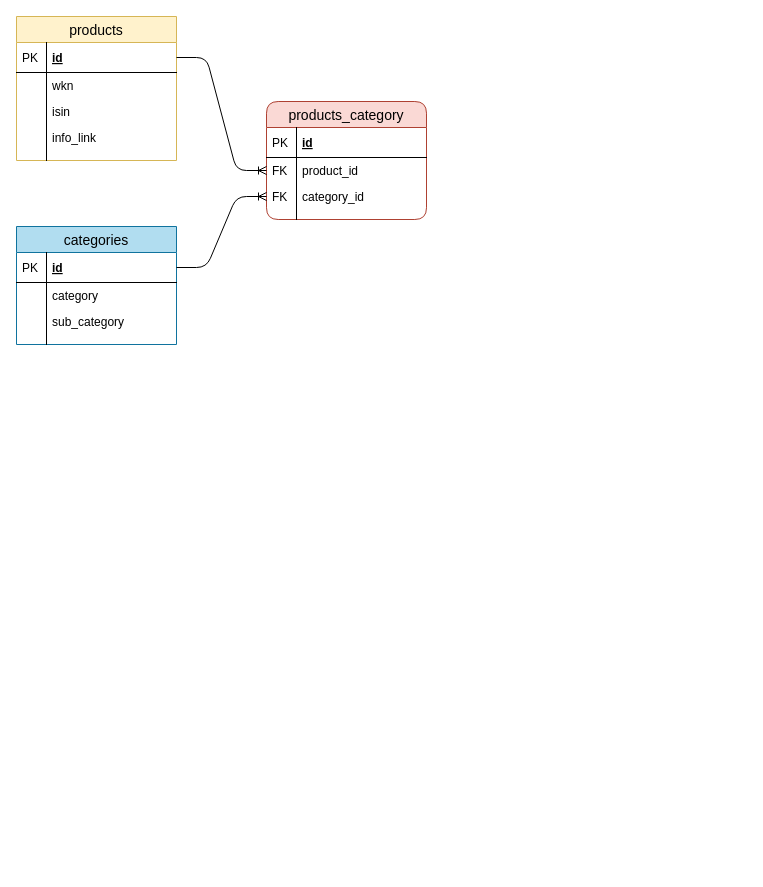
Above: database/investment/design/relationships.drawio in l07p/pi_server (draw.io), before the change. Source tidied: cells renumbered, new cells numbered last; positions are measured from the earlier drawing's top-left corner, leaving out a move shared by most shapes. Both pictures are drawn from the tidied source at 100%, with x=0, y=0 at pixel (16, 16).
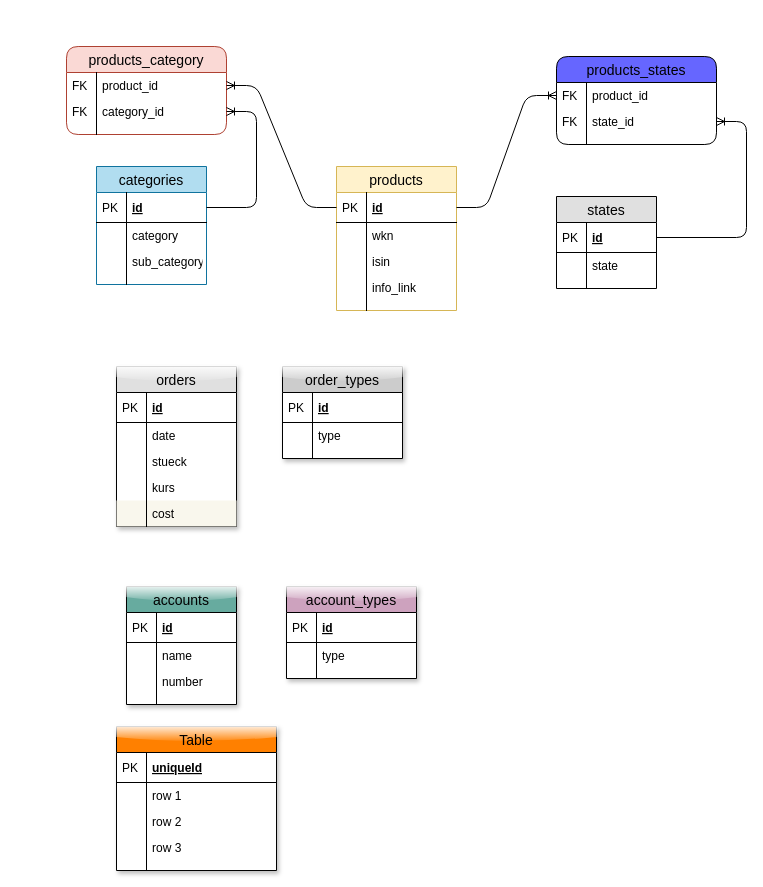
The same diagram, later.

Commit message:
see entity relation

Change to the diagram source:
```diff
@@
     <mxCell id="2" value="products" style="swimlane;fontStyle=0;horizontal=1;startSize=26;align=center;fontSize=14;fillColor=#fff2cc;strokeColor=#d6b656;" parent="1" vertex="1">
-      <mxGeometry width="160" height="144" as="geometry" />
+      <mxGeometry x="320" y="150" width="120" height="144" as="geometry" />
     </mxCell>
     <mxCell id="3" value="id" style="shape=partialRectangle;top=0;left=0;right=0;bottom=1;align=left;verticalAlign=middle;fillColor=none;spacingLeft=34;spacingRight=4;overflow=hidden;points=[[0,0.5],[1,0.5]];portConstraint=eastwest;fontStyle=5;fontSize=12;" parent="2" vertex="1">
-      <mxGeometry y="26" width="160" height="30" as="geometry" />
+      <mxGeometry y="26" width="120" height="30" as="geometry" />
     </mxCell>
@@
     <mxCell id="5" value="wkn" style="shape=partialRectangle;top=0;left=0;right=0;bottom=0;align=left;verticalAlign=top;fillColor=none;spacingLeft=34;spacingRight=4;overflow=hidden;fontSize=12;" parent="2" vertex="1">
-      <mxGeometry y="56" width="160" height="26" as="geometry" />
+      <mxGeometry y="56" width="120" height="26" as="geometry" />
     </mxCell>
@@
     <mxCell id="7" value="isin" style="shape=partialRectangle;top=0;left=0;right=0;bottom=0;align=left;verticalAlign=top;fillColor=none;spacingLeft=34;spacingRight=4;overflow=hidden;fontSize=12;" parent="2" vertex="1">
-      <mxGeometry y="82" width="160" height="26" as="geometry" />
+      <mxGeometry y="82" width="120" height="26" as="geometry" />
     </mxCell>
@@
     <mxCell id="9" value="info_link" style="shape=partialRectangle;top=0;left=0;right=0;bottom=0;align=left;verticalAlign=top;fillColor=none;spacingLeft=34;spacingRight=4;overflow=hidden;fontSize=12;" parent="2" vertex="1">
-      <mxGeometry y="108" width="160" height="26" as="geometry" />
+      <mxGeometry y="108" width="120" height="26" as="geometry" />
     </mxCell>
@@
     <mxCell id="11" style="shape=partialRectangle;top=0;left=0;right=0;bottom=0;align=left;verticalAlign=top;fillColor=none;spacingLeft=34;spacingRight=4;overflow=hidden;fontSize=12;" parent="2" vertex="1">
-      <mxGeometry y="134" width="160" height="10" as="geometry" />
+      <mxGeometry y="134" width="120" height="10" as="geometry" />
     </mxCell>
@@
     <mxCell id="13" value="categories" style="swimlane;fontStyle=0;horizontal=1;startSize=26;fillColor=#b1ddf0;swimlaneFillColor=#ffffff;align=center;fontSize=14;strokeColor=#10739e;" parent="1" vertex="1">
-      <mxGeometry y="210" width="160" height="118" as="geometry" />
+      <mxGeometry x="80" y="150" width="110" height="118" as="geometry" />
     </mxCell>
     <mxCell id="14" value="id" style="shape=partialRectangle;top=0;left=0;right=0;bottom=1;align=left;verticalAlign=middle;fillColor=none;spacingLeft=34;spacingRight=4;overflow=hidden;points=[[0,0.5],[1,0.5]];portConstraint=eastwest;fontStyle=5;fontSize=12;" parent="13" vertex="1">
-      <mxGeometry y="26" width="160" height="30" as="geometry" />
+      <mxGeometry y="26" width="110" height="30" as="geometry" />
     </mxCell>
@@
     <mxCell id="16" value="category" style="shape=partialRectangle;top=0;left=0;right=0;bottom=0;align=left;verticalAlign=top;fillColor=none;spacingLeft=34;spacingRight=4;overflow=hidden;fontSize=12;" parent="13" vertex="1">
-      <mxGeometry y="56" width="160" height="26" as="geometry" />
+      <mxGeometry y="56" width="110" height="26" as="geometry" />
     </mxCell>
@@
     <mxCell id="18" value="sub_category" style="shape=partialRectangle;top=0;left=0;right=0;bottom=0;align=left;verticalAlign=top;fillColor=none;spacingLeft=34;spacingRight=4;overflow=hidden;fontSize=12;" parent="13" vertex="1">
-      <mxGeometry y="82" width="160" height="26" as="geometry" />
+      <mxGeometry y="82" width="110" height="26" as="geometry" />
     </mxCell>
@@
     <mxCell id="20" style="shape=partialRectangle;top=0;left=0;right=0;bottom=0;align=left;verticalAlign=top;fillColor=none;spacingLeft=34;spacingRight=4;overflow=hidden;fontSize=12;" parent="13" vertex="1">
-      <mxGeometry y="108" width="160" height="10" as="geometry" />
+      <mxGeometry y="108" width="110" height="10" as="geometry" />
     </mxCell>
@@
     <mxCell id="22" value="products_category" style="swimlane;fontStyle=0;horizontal=1;startSize=26;fillColor=#fad9d5;swimlaneFillColor=#ffffff;align=center;fontSize=14;rounded=1;comic=0;strokeColor=#ae4132;" parent="1" vertex="1">
-      <mxGeometry x="250" y="85" width="160" height="118" as="geometry" />
+      <mxGeometry x="50" y="30" width="160" height="88" as="geometry" />
     </mxCell>
-    <mxCell id="23" value="id" style="shape=partialRectangle;top=0;left=0;right=0;bottom=1;align=left;verticalAlign=middle;fillColor=none;spacingLeft=34;spacingRight=4;overflow=hidden;fontStyle=5;fontSize=12;" parent="22" vertex="1">
-      <mxGeometry y="26" width="160" height="30" as="geometry" />
-    </mxCell>
-    <mxCell id="24" value="PK" style="shape=partialRectangle;top=0;left=0;bottom=0;fillColor=none;align=left;verticalAlign=middle;spacingLeft=4;spacingRight=4;overflow=hidden;fontSize=12;" parent="23" vertex="1">
-      <mxGeometry width="30" height="30" as="geometry" />
-    </mxCell>
     <mxCell id="25" value="product_id" style="shape=partialRectangle;top=0;left=0;right=0;bottom=0;align=left;verticalAlign=top;fillColor=none;spacingLeft=34;spacingRight=4;overflow=hidden;points=[[0,0.5],[1,0.5]];portConstraint=eastwest;fontSize=12;" parent="22" vertex="1">
-      <mxGeometry y="56" width="160" height="26" as="geometry" />
+      <mxGeometry y="26" width="160" height="26" as="geometry" />
     </mxCell>
@@
     <mxCell id="27" value="category_id" style="shape=partialRectangle;top=0;left=0;right=0;bottom=0;align=left;verticalAlign=top;fillColor=none;spacingLeft=34;spacingRight=4;overflow=hidden;points=[[0,0.5],[1,0.5]];portConstraint=eastwest;fontSize=12;" parent="22" vertex="1">
-      <mxGeometry y="82" width="160" height="26" as="geometry" />
+      <mxGeometry y="52" width="160" height="26" as="geometry" />
     </mxCell>
@@
     <mxCell id="29" style="shape=partialRectangle;top=0;left=0;right=0;bottom=0;align=left;verticalAlign=top;fillColor=none;spacingLeft=34;spacingRight=4;overflow=hidden;fontSize=12;" parent="22" vertex="1">
-      <mxGeometry y="108" width="160" height="10" as="geometry" />
+      <mxGeometry y="78" width="160" height="10" as="geometry" />
     </mxCell>
@@
+    <mxCell id="33" value="states" style="swimlane;fontStyle=0;horizontal=1;startSize=26;fillColor=#e0e0e0;swimlaneFillColor=#ffffff;align=center;fontSize=14;" parent="1" vertex="1">
+      <mxGeometry x="540" y="180" width="100" height="92" as="geometry" />
+    </mxCell>
+    <mxCell id="34" value="id" style="shape=partialRectangle;top=0;left=0;right=0;bottom=1;align=left;verticalAlign=middle;fillColor=none;spacingLeft=34;spacingRight=4;overflow=hidden;points=[[0,0.5],[1,0.5]];portConstraint=eastwest;fontStyle=5;fontSize=12;" parent="33" vertex="1">
+      <mxGeometry y="26" width="100" height="30" as="geometry" />
+    </mxCell>
+    <mxCell id="35" value="PK" style="shape=partialRectangle;top=0;left=0;bottom=0;fillColor=none;align=left;verticalAlign=middle;spacingLeft=4;spacingRight=4;overflow=hidden;fontSize=12;" parent="34" vertex="1">
+      <mxGeometry width="30" height="30" as="geometry" />
+    </mxCell>
+    <mxCell id="36" value="state" style="shape=partialRectangle;top=0;left=0;right=0;bottom=0;align=left;verticalAlign=top;fillColor=none;spacingLeft=34;spacingRight=4;overflow=hidden;fontSize=12;" parent="33" vertex="1">
+      <mxGeometry y="56" width="100" height="26" as="geometry" />
+    </mxCell>
+    <mxCell id="37" style="shape=partialRectangle;top=0;left=0;bottom=0;fillColor=none;align=left;verticalAlign=top;spacingLeft=4;spacingRight=4;overflow=hidden;fontSize=12;" parent="36" vertex="1">
+      <mxGeometry width="30" height="26" as="geometry" />
+    </mxCell>
+    <mxCell id="38" style="shape=partialRectangle;top=0;left=0;right=0;bottom=0;align=left;verticalAlign=top;fillColor=none;spacingLeft=34;spacingRight=4;overflow=hidden;fontSize=12;" parent="33" vertex="1">
+      <mxGeometry y="82" width="100" height="10" as="geometry" />
+    </mxCell>
+    <mxCell id="39" style="shape=partialRectangle;top=0;left=0;bottom=0;fillColor=none;align=left;verticalAlign=top;spacingLeft=4;spacingRight=4;overflow=hidden;fontSize=12;" parent="38" vertex="1">
+      <mxGeometry width="30" height="10" as="geometry" />
+    </mxCell>
+    <mxCell id="40" value="products_states" style="swimlane;fontStyle=0;horizontal=1;startSize=26;fillColor=#6666FF;swimlaneFillColor=#ffffff;align=center;fontSize=14;comic=0;rounded=1;" parent="1" vertex="1">
+      <mxGeometry x="540" y="40" width="160" height="88" as="geometry" />
+    </mxCell>
+    <mxCell id="41" value="product_id" style="shape=partialRectangle;top=0;left=0;right=0;bottom=0;align=left;verticalAlign=top;fillColor=none;spacingLeft=34;spacingRight=4;overflow=hidden;points=[[0,0.5],[1,0.5]];portConstraint=eastwest;fontSize=12;" parent="40" vertex="1">
+      <mxGeometry y="26" width="160" height="26" as="geometry" />
+    </mxCell>
+    <mxCell id="42" value="FK" style="shape=partialRectangle;top=0;left=0;bottom=0;fillColor=none;align=left;verticalAlign=top;spacingLeft=4;spacingRight=4;overflow=hidden;fontSize=12;" parent="41" vertex="1">
+      <mxGeometry width="30" height="26" as="geometry" />
+    </mxCell>
+    <mxCell id="43" value="state_id" style="shape=partialRectangle;top=0;left=0;right=0;bottom=0;align=left;verticalAlign=top;fillColor=none;spacingLeft=34;spacingRight=4;overflow=hidden;points=[[0,0.5],[1,0.5]];portConstraint=eastwest;fontSize=12;" parent="40" vertex="1">
+      <mxGeometry y="52" width="160" height="26" as="geometry" />
+    </mxCell>
+    <mxCell id="44" value="FK" style="shape=partialRectangle;top=0;left=0;bottom=0;fillColor=none;align=left;verticalAlign=top;spacingLeft=4;spacingRight=4;overflow=hidden;fontSize=12;" parent="43" vertex="1">
+      <mxGeometry width="30" height="26" as="geometry" />
+    </mxCell>
+    <mxCell id="45" style="shape=partialRectangle;top=0;left=0;right=0;bottom=0;align=left;verticalAlign=top;fillColor=none;spacingLeft=34;spacingRight=4;overflow=hidden;fontSize=12;" parent="40" vertex="1">
+      <mxGeometry y="78" width="160" height="10" as="geometry" />
+    </mxCell>
+    <mxCell id="46" style="shape=partialRectangle;top=0;left=0;bottom=0;fillColor=none;align=left;verticalAlign=top;spacingLeft=4;spacingRight=4;overflow=hidden;fontSize=12;" parent="45" vertex="1">
+      <mxGeometry width="30" height="10" as="geometry" />
+    </mxCell>
+    <mxCell id="47" style="edgeStyle=entityRelationEdgeStyle;fontSize=12;html=1;endArrow=ERoneToMany;" parent="1" edge="1" source="3" target="41">
+      <mxGeometry relative="1" as="geometry" />
+    </mxCell>
+    <mxCell id="48" style="edgeStyle=entityRelationEdgeStyle;fontSize=12;html=1;endArrow=ERoneToMany;" parent="1" edge="1" source="34" target="43">
+      <mxGeometry relative="1" as="geometry" />
+    </mxCell>
+    <mxCell id="49" value="orders" style="swimlane;fontStyle=0;horizontal=1;startSize=26;fillColor=#e0e0e0;swimlaneFillColor=#ffffff;align=center;fontSize=14;rounded=0;glass=1;comic=0;shadow=1;" parent="1" vertex="1">
+      <mxGeometry x="100" y="350" width="120" height="160" as="geometry" />
+    </mxCell>
+    <mxCell id="50" value="id" style="shape=partialRectangle;top=0;left=0;right=0;bottom=1;align=left;verticalAlign=middle;fillColor=none;spacingLeft=34;spacingRight=4;overflow=hidden;fontStyle=5;fontSize=12;" parent="49" vertex="1">
+      <mxGeometry y="26" width="120" height="30" as="geometry" />
+    </mxCell>
+    <mxCell id="51" value="PK" style="shape=partialRectangle;top=0;left=0;bottom=0;fillColor=none;align=left;verticalAlign=middle;spacingLeft=4;spacingRight=4;overflow=hidden;fontSize=12;" parent="50" vertex="1">
+      <mxGeometry width="30" height="30" as="geometry" />
+    </mxCell>
+    <mxCell id="52" value="date" style="shape=partialRectangle;top=0;left=0;right=0;bottom=0;align=left;verticalAlign=top;fillColor=none;spacingLeft=34;spacingRight=4;overflow=hidden;fontSize=12;" parent="49" vertex="1">
+      <mxGeometry y="56" width="120" height="26" as="geometry" />
+    </mxCell>
+    <mxCell id="53" style="shape=partialRectangle;top=0;left=0;bottom=0;fillColor=none;align=left;verticalAlign=top;spacingLeft=4;spacingRight=4;overflow=hidden;fontSize=12;" parent="52" vertex="1">
+      <mxGeometry width="30" height="26" as="geometry" />
+    </mxCell>
+    <mxCell id="54" value="stueck" style="shape=partialRectangle;top=0;left=0;right=0;bottom=0;align=left;verticalAlign=top;fillColor=none;spacingLeft=34;spacingRight=4;overflow=hidden;fontSize=12;" parent="49" vertex="1">
+      <mxGeometry y="82" width="120" height="26" as="geometry" />
+    </mxCell>
+    <mxCell id="55" style="shape=partialRectangle;top=0;left=0;bottom=0;fillColor=none;align=left;verticalAlign=top;spacingLeft=4;spacingRight=4;overflow=hidden;fontSize=12;" parent="54" vertex="1">
+      <mxGeometry width="30" height="26" as="geometry" />
+    </mxCell>
+    <mxCell id="56" value="kurs" style="shape=partialRectangle;top=0;left=0;right=0;bottom=0;align=left;verticalAlign=top;fillColor=none;spacingLeft=34;spacingRight=4;overflow=hidden;fontSize=12;" parent="49" vertex="1">
+      <mxGeometry y="108" width="120" height="26" as="geometry" />
+    </mxCell>
+    <mxCell id="57" style="shape=partialRectangle;top=0;left=0;bottom=0;fillColor=none;align=left;verticalAlign=top;spacingLeft=4;spacingRight=4;overflow=hidden;fontSize=12;" parent="56" vertex="1">
+      <mxGeometry width="30" height="26" as="geometry" />
+    </mxCell>
+    <mxCell id="58" value="cost" style="shape=partialRectangle;top=0;left=0;right=0;bottom=0;align=left;verticalAlign=top;spacingLeft=34;spacingRight=4;overflow=hidden;fontSize=12;fillColor=#f9f7ed;strokeColor=#36393d;" parent="49" vertex="1">
+      <mxGeometry y="134" width="120" height="26" as="geometry" />
+    </mxCell>
+    <mxCell id="59" style="shape=partialRectangle;top=0;left=0;bottom=0;fillColor=none;align=left;verticalAlign=top;spacingLeft=4;spacingRight=4;overflow=hidden;fontSize=12;" parent="58" vertex="1">
+      <mxGeometry width="30" height="26" as="geometry" />
+    </mxCell>
+    <mxCell id="60" value="accounts" style="swimlane;fontStyle=0;horizontal=1;startSize=26;fillColor=#67AB9F;swimlaneFillColor=#ffffff;align=center;fontSize=14;rounded=0;shadow=1;glass=1;comic=0;" parent="1" vertex="1">
+      <mxGeometry x="110" y="570" width="110" height="118" as="geometry" />
+    </mxCell>
+    <mxCell id="61" value="id" style="shape=partialRectangle;top=0;left=0;right=0;bottom=1;align=left;verticalAlign=middle;fillColor=none;spacingLeft=34;spacingRight=4;overflow=hidden;fontStyle=5;fontSize=12;" parent="60" vertex="1">
+      <mxGeometry y="26" width="110" height="30" as="geometry" />
+    </mxCell>
+    <mxCell id="62" value="PK" style="shape=partialRectangle;top=0;left=0;bottom=0;fillColor=none;align=left;verticalAlign=middle;spacingLeft=4;spacingRight=4;overflow=hidden;fontSize=12;" parent="61" vertex="1">
+      <mxGeometry width="30" height="30" as="geometry" />
+    </mxCell>
+    <mxCell id="63" value="name" style="shape=partialRectangle;top=0;left=0;right=0;bottom=0;align=left;verticalAlign=top;fillColor=none;spacingLeft=34;spacingRight=4;overflow=hidden;fontSize=12;" parent="60" vertex="1">
+      <mxGeometry y="56" width="110" height="26" as="geometry" />
+    </mxCell>
+    <mxCell id="64" style="shape=partialRectangle;top=0;left=0;bottom=0;fillColor=none;align=left;verticalAlign=top;spacingLeft=4;spacingRight=4;overflow=hidden;fontSize=12;" parent="63" vertex="1">
+      <mxGeometry width="30" height="26" as="geometry" />
+    </mxCell>
+    <mxCell id="65" value="number" style="shape=partialRectangle;top=0;left=0;right=0;bottom=0;align=left;verticalAlign=top;fillColor=none;spacingLeft=34;spacingRight=4;overflow=hidden;fontSize=12;" parent="60" vertex="1">
+      <mxGeometry y="82" width="110" height="26" as="geometry" />
+    </mxCell>
+    <mxCell id="66" style="shape=partialRectangle;top=0;left=0;bottom=0;fillColor=none;align=left;verticalAlign=top;spacingLeft=4;spacingRight=4;overflow=hidden;fontSize=12;" parent="65" vertex="1">
+      <mxGeometry width="30" height="26" as="geometry" />
+    </mxCell>
+    <mxCell id="67" style="shape=partialRectangle;top=0;left=0;right=0;bottom=0;align=left;verticalAlign=top;fillColor=none;spacingLeft=34;spacingRight=4;overflow=hidden;fontSize=12;" parent="60" vertex="1">
+      <mxGeometry y="108" width="110" height="10" as="geometry" />
+    </mxCell>
+    <mxCell id="68" style="shape=partialRectangle;top=0;left=0;bottom=0;fillColor=none;align=left;verticalAlign=top;spacingLeft=4;spacingRight=4;overflow=hidden;fontSize=12;" parent="67" vertex="1">
+      <mxGeometry width="30" height="10" as="geometry" />
+    </mxCell>
+    <mxCell id="69" value="account_types" style="swimlane;fontStyle=0;horizontal=1;startSize=26;fillColor=#CDA2BE;swimlaneFillColor=#ffffff;align=center;fontSize=14;rounded=0;shadow=1;glass=1;comic=0;" parent="1" vertex="1">
+      <mxGeometry x="270" y="570" width="130" height="92" as="geometry" />
+    </mxCell>
+    <mxCell id="70" value="id" style="shape=partialRectangle;top=0;left=0;right=0;bottom=1;align=left;verticalAlign=middle;fillColor=none;spacingLeft=34;spacingRight=4;overflow=hidden;fontStyle=5;fontSize=12;" parent="69" vertex="1">
+      <mxGeometry y="26" width="130" height="30" as="geometry" />
+    </mxCell>
+    <mxCell id="71" value="PK" style="shape=partialRectangle;top=0;left=0;bottom=0;fillColor=none;align=left;verticalAlign=middle;spacingLeft=4;spacingRight=4;overflow=hidden;fontSize=12;" parent="70" vertex="1">
+      <mxGeometry width="30" height="30" as="geometry" />
+    </mxCell>
+    <mxCell id="72" value="type" style="shape=partialRectangle;top=0;left=0;right=0;bottom=0;align=left;verticalAlign=top;fillColor=none;spacingLeft=34;spacingRight=4;overflow=hidden;fontSize=12;" parent="69" vertex="1">
+      <mxGeometry y="56" width="130" height="26" as="geometry" />
+    </mxCell>
+    <mxCell id="73" style="shape=partialRectangle;top=0;left=0;bottom=0;fillColor=none;align=left;verticalAlign=top;spacingLeft=4;spacingRight=4;overflow=hidden;fontSize=12;" parent="72" vertex="1">
+      <mxGeometry width="30" height="26" as="geometry" />
+    </mxCell>
+    <mxCell id="74" style="shape=partialRectangle;top=0;left=0;right=0;bottom=0;align=left;verticalAlign=top;fillColor=none;spacingLeft=34;spacingRight=4;overflow=hidden;fontSize=12;" parent="69" vertex="1">
+      <mxGeometry y="82" width="130" height="10" as="geometry" />
+    </mxCell>
+    <mxCell id="75" style="shape=partialRectangle;top=0;left=0;bottom=0;fillColor=none;align=left;verticalAlign=top;spacingLeft=4;spacingRight=4;overflow=hidden;fontSize=12;" parent="74" vertex="1">
+      <mxGeometry width="30" height="10" as="geometry" />
+    </mxCell>
+    <mxCell id="76" value="order_types" style="swimlane;fontStyle=0;horizontal=1;startSize=26;fillColor=#CCCCCC;swimlaneFillColor=#ffffff;align=center;fontSize=14;rounded=0;shadow=1;glass=1;comic=0;" parent="1" vertex="1">
+      <mxGeometry x="266" y="350" width="120" height="92" as="geometry" />
+    </mxCell>
+    <mxCell id="77" value="id" style="shape=partialRectangle;top=0;left=0;right=0;bottom=1;align=left;verticalAlign=middle;fillColor=none;spacingLeft=34;spacingRight=4;overflow=hidden;fontStyle=5;fontSize=12;" parent="76" vertex="1">
+      <mxGeometry y="26" width="120" height="30" as="geometry" />
+    </mxCell>
+    <mxCell id="78" value="PK" style="shape=partialRectangle;top=0;left=0;bottom=0;fillColor=none;align=left;verticalAlign=middle;spacingLeft=4;spacingRight=4;overflow=hidden;fontSize=12;" parent="77" vertex="1">
+      <mxGeometry width="30" height="30" as="geometry" />
+    </mxCell>
+    <mxCell id="79" value="type" style="shape=partialRectangle;top=0;left=0;right=0;bottom=0;align=left;verticalAlign=top;fillColor=none;spacingLeft=34;spacingRight=4;overflow=hidden;fontSize=12;" parent="76" vertex="1">
+      <mxGeometry y="56" width="120" height="26" as="geometry" />
+    </mxCell>
+    <mxCell id="80" style="shape=partialRectangle;top=0;left=0;bottom=0;fillColor=none;align=left;verticalAlign=top;spacingLeft=4;spacingRight=4;overflow=hidden;fontSize=12;" parent="79" vertex="1">
+      <mxGeometry width="30" height="26" as="geometry" />
+    </mxCell>
+    <mxCell id="81" style="shape=partialRectangle;top=0;left=0;right=0;bottom=0;align=left;verticalAlign=top;fillColor=none;spacingLeft=34;spacingRight=4;overflow=hidden;fontSize=12;" parent="76" vertex="1">
+      <mxGeometry y="82" width="120" height="10" as="geometry" />
+    </mxCell>
+    <mxCell id="82" style="shape=partialRectangle;top=0;left=0;bottom=0;fillColor=none;align=left;verticalAlign=top;spacingLeft=4;spacingRight=4;overflow=hidden;fontSize=12;" parent="81" vertex="1">
+      <mxGeometry width="30" height="10" as="geometry" />
+    </mxCell>
+    <mxCell id="83" value="Table" style="swimlane;fontStyle=0;horizontal=1;startSize=26;fillColor=#FF8000;swimlaneFillColor=#ffffff;align=center;fontSize=14;rounded=0;shadow=1;glass=1;comic=0;" parent="1" vertex="1">
+      <mxGeometry x="100" y="710" width="160" height="144" as="geometry" />
+    </mxCell>
+    <mxCell id="84" value="uniqueId" style="shape=partialRectangle;top=0;left=0;right=0;bottom=1;align=left;verticalAlign=middle;fillColor=none;spacingLeft=34;spacingRight=4;overflow=hidden;fontStyle=5;fontSize=12;" parent="83" vertex="1">
+      <mxGeometry y="26" width="160" height="30" as="geometry" />
+    </mxCell>
+    <mxCell id="85" value="PK" style="shape=partialRectangle;top=0;left=0;bottom=0;fillColor=none;align=left;verticalAlign=middle;spacingLeft=4;spacingRight=4;overflow=hidden;fontSize=12;" parent="84" vertex="1">
+      <mxGeometry width="30" height="30" as="geometry" />
+    </mxCell>
+    <mxCell id="86" value="row 1" style="shape=partialRectangle;top=0;left=0;right=0;bottom=0;align=left;verticalAlign=top;fillColor=none;spacingLeft=34;spacingRight=4;overflow=hidden;fontSize=12;" parent="83" vertex="1">
+      <mxGeometry y="56" width="160" height="26" as="geometry" />
+    </mxCell>
+    <mxCell id="87" style="shape=partialRectangle;top=0;left=0;bottom=0;fillColor=none;align=left;verticalAlign=top;spacingLeft=4;spacingRight=4;overflow=hidden;fontSize=12;" parent="86" vertex="1">
+      <mxGeometry width="30" height="26" as="geometry" />
+    </mxCell>
+    <mxCell id="88" value="row 2" style="shape=partialRectangle;top=0;left=0;right=0;bottom=0;align=left;verticalAlign=top;fillColor=none;spacingLeft=34;spacingRight=4;overflow=hidden;fontSize=12;" parent="83" vertex="1">
+      <mxGeometry y="82" width="160" height="26" as="geometry" />
+    </mxCell>
+    <mxCell id="89" style="shape=partialRectangle;top=0;left=0;bottom=0;fillColor=none;align=left;verticalAlign=top;spacingLeft=4;spacingRight=4;overflow=hidden;fontSize=12;" parent="88" vertex="1">
+      <mxGeometry width="30" height="26" as="geometry" />
+    </mxCell>
+    <mxCell id="90" value="row 3" style="shape=partialRectangle;top=0;left=0;right=0;bottom=0;align=left;verticalAlign=top;fillColor=none;spacingLeft=34;spacingRight=4;overflow=hidden;fontSize=12;" parent="83" vertex="1">
+      <mxGeometry y="108" width="160" height="26" as="geometry" />
+    </mxCell>
+    <mxCell id="91" style="shape=partialRectangle;top=0;left=0;bottom=0;fillColor=none;align=left;verticalAlign=top;spacingLeft=4;spacingRight=4;overflow=hidden;fontSize=12;" parent="90" vertex="1">
+      <mxGeometry width="30" height="26" as="geometry" />
+    </mxCell>
+    <mxCell id="92" style="shape=partialRectangle;top=0;left=0;right=0;bottom=0;align=left;verticalAlign=top;fillColor=none;spacingLeft=34;spacingRight=4;overflow=hidden;fontSize=12;" parent="83" vertex="1">
+      <mxGeometry y="134" width="160" height="10" as="geometry" />
+    </mxCell>
+    <mxCell id="93" style="shape=partialRectangle;top=0;left=0;bottom=0;fillColor=none;align=left;verticalAlign=top;spacingLeft=4;spacingRight=4;overflow=hidden;fontSize=12;" parent="92" vertex="1">
+      <mxGeometry width="30" height="10" as="geometry" />
+    </mxCell>
```
